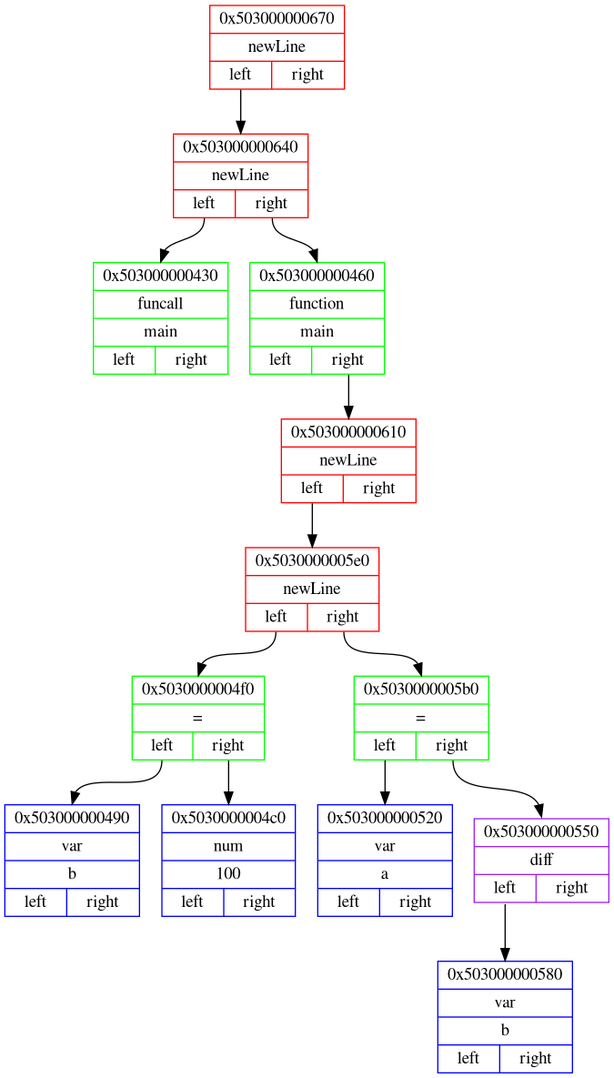
This is png_files/frontenedDotFile.dot.png from Matvey787/myProgLanguage, a Graphviz export, as it was before one commit. Its source is kept beside it as dot_files/frontenedDotFile.dot.
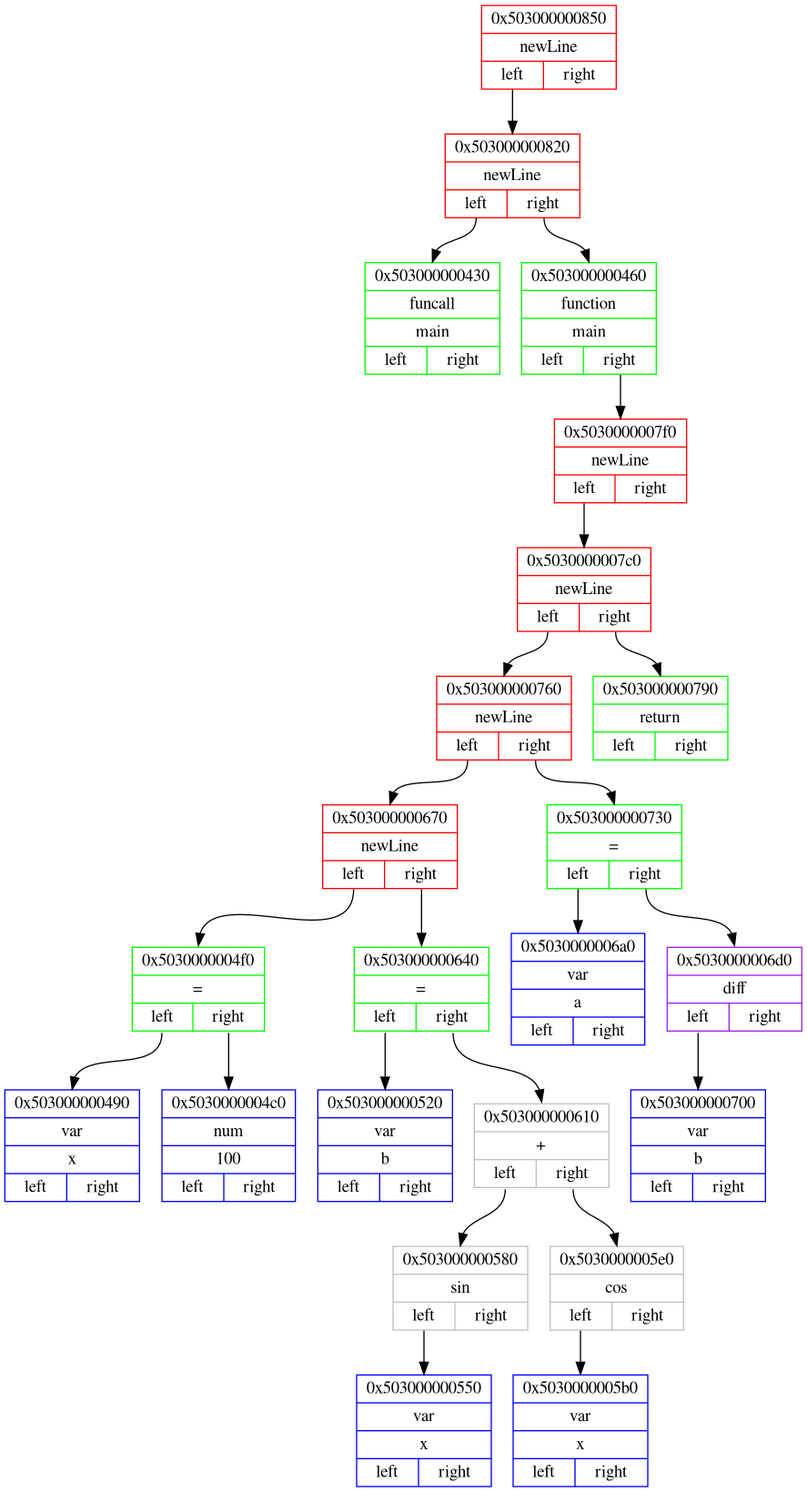
After the change.

Diff of the diagram source:
```diff
@@ -2,29 +2,49 @@
 {
 rankdir=HR;
 
-node0x503000000670 [ shape=record, color = red rank = 1, label= "{ 0x503000000670 | newLine |         {<n0x503000000670_l> left | <n0x503000000670_r> right}} " ];
-node0x503000000640 [ shape=record, color = red rank = 2, label= "{ 0x503000000640 | newLine |         {<n0x503000000640_l> left | <n0x503000000640_r> right}} " ];
+node0x503000000850 [ shape=record, color = red rank = 1, label= "{ 0x503000000850 | newLine |         {<n0x503000000850_l> left | <n0x503000000850_r> right}} " ];
+node0x503000000820 [ shape=record, color = red rank = 2, label= "{ 0x503000000820 | newLine |         {<n0x503000000820_l> left | <n0x503000000820_r> right}} " ];
 node0x503000000430 [ shape=record, color = green rank = 3, label= "{ 0x503000000430 | funcall | main |         {<n0x503000000430_l> left | <n0x503000000430_r> right}} " ];
-node0x503000000640:<n0x503000000640_l>:s -> node0x503000000430:n [ color = black; ]
+node0x503000000820:<n0x503000000820_l>:s -> node0x503000000430:n [ color = black; ]
 node0x503000000460 [ shape=record, color = green rank = 4, label= "{ 0x503000000460 | function | main |         {<n0x503000000460_l> left | <n0x503000000460_r> right}} " ];
-node0x503000000610 [ shape=record, color = red rank = 5, label= "{ 0x503000000610 | newLine |         {<n0x503000000610_l> left | <n0x503000000610_r> right}} " ];
-node0x5030000005e0 [ shape=record, color = red rank = 6, label= "{ 0x5030000005e0 | newLine |         {<n0x5030000005e0_l> left | <n0x5030000005e0_r> right}} " ];
-node0x5030000004f0 [ shape=record, color = green rank = 7, label= "{ 0x5030000004f0 | = |         {<n0x5030000004f0_l> left | <n0x5030000004f0_r> right}} " ];
-node0x503000000490 [ shape=record, color = blue rank = 8, label= "{ 0x503000000490 | var | b |         {<n0x503000000490_l> left | <n0x503000000490_r> right}} " ];
+node0x5030000007f0 [ shape=record, color = red rank = 5, label= "{ 0x5030000007f0 | newLine |         {<n0x5030000007f0_l> left | <n0x5030000007f0_r> right}} " ];
+node0x5030000007c0 [ shape=record, color = red rank = 6, label= "{ 0x5030000007c0 | newLine |         {<n0x5030000007c0_l> left | <n0x5030000007c0_r> right}} " ];
+node0x503000000760 [ shape=record, color = red rank = 7, label= "{ 0x503000000760 | newLine |         {<n0x503000000760_l> left | <n0x503000000760_r> right}} " ];
+node0x503000000670 [ shape=record, color = red rank = 8, label= "{ 0x503000000670 | newLine |         {<n0x503000000670_l> left | <n0x503000000670_r> right}} " ];
+node0x5030000004f0 [ shape=record, color = green rank = 9, label= "{ 0x5030000004f0 | = |         {<n0x5030000004f0_l> left | <n0x5030000004f0_r> right}} " ];
+node0x503000000490 [ shape=record, color = blue rank = 10, label= "{ 0x503000000490 | var | x |         {<n0x503000000490_l> left | <n0x503000000490_r> right}} " ];
 node0x5030000004f0:<n0x5030000004f0_l>:s -> node0x503000000490:n [ color = black; ]
-node0x5030000004c0 [ shape=record, color = blue rank = 9, label= "{ 0x5030000004c0 | num | 100 |         {<n0x5030000004c0_l> left | <n0x5030000004c0_r> right}} " ];
+node0x5030000004c0 [ shape=record, color = blue rank = 11, label= "{ 0x5030000004c0 | num | 100 |         {<n0x5030000004c0_l> left | <n0x5030000004c0_r> right}} " ];
 node0x5030000004f0:<n0x5030000004f0_r>:s -> node0x5030000004c0:n [ color = black; ]
-node0x5030000005e0:<n0x5030000005e0_l>:s -> node0x5030000004f0:n [ color = black; ]
-node0x5030000005b0 [ shape=record, color = green rank = 8, label= "{ 0x5030000005b0 | = |         {<n0x5030000005b0_l> left | <n0x5030000005b0_r> right}} " ];
-node0x503000000520 [ shape=record, color = blue rank = 9, label= "{ 0x503000000520 | var | a |         {<n0x503000000520_l> left | <n0x503000000520_r> right}} " ];
-node0x5030000005b0:<n0x5030000005b0_l>:s -> node0x503000000520:n [ color = black; ]
-node0x503000000550 [ shape=record, color = purple rank = 10, label= "{ 0x503000000550 | diff |         {<n0x503000000550_l> left | <n0x503000000550_r> right}} " ];
-node0x503000000580 [ shape=record, color = blue rank = 11, label= "{ 0x503000000580 | var | b |         {<n0x503000000580_l> left | <n0x503000000580_r> right}} " ];
-node0x503000000550:<n0x503000000550_l>:s -> node0x503000000580:n [ color = black; ]
-node0x5030000005b0:<n0x5030000005b0_r>:s -> node0x503000000550:n [ color = black; ]
-node0x5030000005e0:<n0x5030000005e0_r>:s -> node0x5030000005b0:n [ color = black; ]
-node0x503000000610:<n0x503000000610_l>:s -> node0x5030000005e0:n [ color = black; ]
-node0x503000000460:<n0x503000000460_r>:s -> node0x503000000610:n [ color = black; ]
-node0x503000000640:<n0x503000000640_r>:s -> node0x503000000460:n [ color = black; ]
-node0x503000000670:<n0x503000000670_l>:s -> node0x503000000640:n [ color = black; ]
+node0x503000000670:<n0x503000000670_l>:s -> node0x5030000004f0:n [ color = black; ]
+node0x503000000640 [ shape=record, color = green rank = 10, label= "{ 0x503000000640 | = |         {<n0x503000000640_l> left | <n0x503000000640_r> right}} " ];
+node0x503000000520 [ shape=record, color = blue rank = 11, label= "{ 0x503000000520 | var | b |         {<n0x503000000520_l> left | <n0x503000000520_r> right}} " ];
+node0x503000000640:<n0x503000000640_l>:s -> node0x503000000520:n [ color = black; ]
+node0x503000000610 [ shape=record, color = grey rank = 12, label= "{ 0x503000000610 | + |         {<n0x503000000610_l> left | <n0x503000000610_r> right}} " ];
+node0x503000000580 [ shape=record, color = grey rank = 13, label= "{ 0x503000000580 | sin |         {<n0x503000000580_l> left | <n0x503000000580_r> right}} " ];
+node0x503000000550 [ shape=record, color = blue rank = 14, label= "{ 0x503000000550 | var | x |         {<n0x503000000550_l> left | <n0x503000000550_r> right}} " ];
+node0x503000000580:<n0x503000000580_l>:s -> node0x503000000550:n [ color = black; ]
+node0x503000000610:<n0x503000000610_l>:s -> node0x503000000580:n [ color = black; ]
+node0x5030000005e0 [ shape=record, color = grey rank = 14, label= "{ 0x5030000005e0 | cos |         {<n0x5030000005e0_l> left | <n0x5030000005e0_r> right}} " ];
+node0x5030000005b0 [ shape=record, color = blue rank = 15, label= "{ 0x5030000005b0 | var | x |         {<n0x5030000005b0_l> left | <n0x5030000005b0_r> right}} " ];
+node0x5030000005e0:<n0x5030000005e0_l>:s -> node0x5030000005b0:n [ color = black; ]
+node0x503000000610:<n0x503000000610_r>:s -> node0x5030000005e0:n [ color = black; ]
+node0x503000000640:<n0x503000000640_r>:s -> node0x503000000610:n [ color = black; ]
+node0x503000000670:<n0x503000000670_r>:s -> node0x503000000640:n [ color = black; ]
+node0x503000000760:<n0x503000000760_l>:s -> node0x503000000670:n [ color = black; ]
+node0x503000000730 [ shape=record, color = green rank = 9, label= "{ 0x503000000730 | = |         {<n0x503000000730_l> left | <n0x503000000730_r> right}} " ];
+node0x5030000006a0 [ shape=record, color = blue rank = 10, label= "{ 0x5030000006a0 | var | a |         {<n0x5030000006a0_l> left | <n0x5030000006a0_r> right}} " ];
+node0x503000000730:<n0x503000000730_l>:s -> node0x5030000006a0:n [ color = black; ]
+node0x5030000006d0 [ shape=record, color = purple rank = 11, label= "{ 0x5030000006d0 | diff |         {<n0x5030000006d0_l> left | <n0x5030000006d0_r> right}} " ];
+node0x503000000700 [ shape=record, color = blue rank = 12, label= "{ 0x503000000700 | var | b |         {<n0x503000000700_l> left | <n0x503000000700_r> right}} " ];
+node0x5030000006d0:<n0x5030000006d0_l>:s -> node0x503000000700:n [ color = black; ]
+node0x503000000730:<n0x503000000730_r>:s -> node0x5030000006d0:n [ color = black; ]
+node0x503000000760:<n0x503000000760_r>:s -> node0x503000000730:n [ color = black; ]
+node0x5030000007c0:<n0x5030000007c0_l>:s -> node0x503000000760:n [ color = black; ]
+node0x503000000790 [ shape=record, color = green rank = 8, label= "{ 0x503000000790 | return |         {<n0x503000000790_l> left | <n0x503000000790_r> right}} " ];
+node0x5030000007c0:<n0x5030000007c0_r>:s -> node0x503000000790:n [ color = black; ]
+node0x5030000007f0:<n0x5030000007f0_l>:s -> node0x5030000007c0:n [ color = black; ]
+node0x503000000460:<n0x503000000460_r>:s -> node0x5030000007f0:n [ color = black; ]
+node0x503000000820:<n0x503000000820_r>:s -> node0x503000000460:n [ color = black; ]
+node0x503000000850:<n0x503000000850_l>:s -> node0x503000000820:n [ color = black; ]
 }
```
